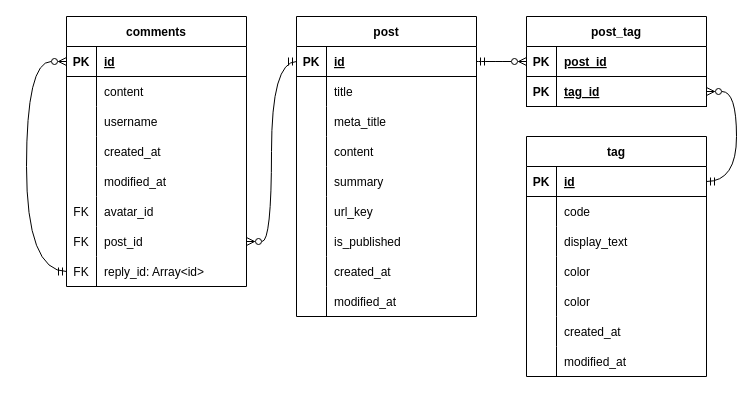
Earlier version of the draw.io diagram blog-app.drawio (Soocyang/blog-app-api). Source tidied: cells renumbered, new cells numbered last; positions are measured from the earlier drawing's top-left corner, leaving out a move shared by most shapes. Both pictures are drawn from the tidied source at 100%, with x=0, y=0 at pixel (26, 16).
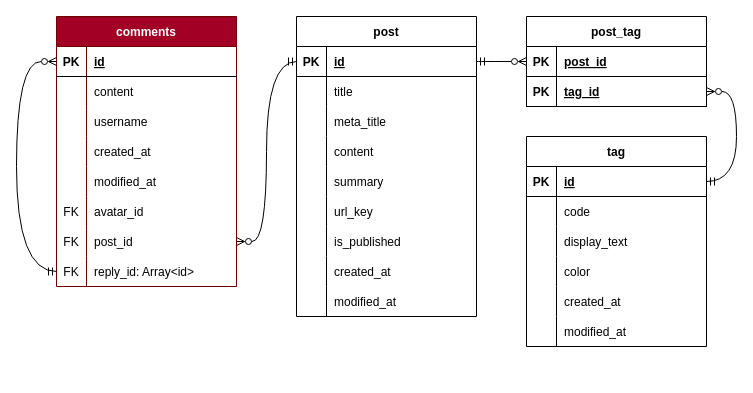
After the change.

Diff of the diagram source:
```diff
@@
-    <mxCell id="31" value="comments" style="shape=table;startSize=30;childLayout=tableLayout;rowLines=0;fontStyle=1;align=center;" parent="1" vertex="1">
-      <mxGeometry x="40" width="180" height="270" as="geometry" />
+    <mxCell id="31" value="comments" style="shape=table;startSize=30;childLayout=tableLayout;rowLines=0;fontStyle=1;align=center;fillColor=#a20025;fontColor=#ffffff;strokeColor=#6F0000;" parent="1" vertex="1">
+      <mxGeometry x="30" width="180" height="270" as="geometry" />
     </mxCell>
@@
     <mxCell id="57" value="tag" style="shape=table;startSize=30;childLayout=tableLayout;rowLines=0;fontStyle=1;align=center;" parent="1" vertex="1">
-      <mxGeometry x="500" y="120" width="180" height="240" as="geometry" />
+      <mxGeometry x="500" y="120" width="180" height="210" as="geometry" />
     </mxCell>
@@
-    <mxCell id="70" style="shape=tableRow;horizontal=0;startSize=0;swimlaneHead=0;swimlaneBody=0;fillColor=none;top=0;left=0;right=0;bottom=0;" parent="57" vertex="1">
-      <mxGeometry y="150" width="180" height="30" as="geometry" />
-    </mxCell>
-    <mxCell id="71" style="shape=partialRectangle;fillColor=none;top=0;left=0;bottom=0;right=0;overflow=hidden;" parent="70" vertex="1">
-      <mxGeometry width="30" height="30" as="geometry" />
-    </mxCell>
-    <mxCell id="72" value="color" style="shape=partialRectangle;fillColor=none;top=0;left=0;bottom=0;right=0;align=left;spacingLeft=6;overflow=hidden;" parent="70" vertex="1">
-      <mxGeometry x="30" width="150" height="30" as="geometry" />
-    </mxCell>
     <mxCell id="73" style="shape=tableRow;horizontal=0;startSize=0;swimlaneHead=0;swimlaneBody=0;fillColor=none;top=0;left=0;right=0;bottom=0;" parent="57" vertex="1">
-      <mxGeometry y="180" width="180" height="30" as="geometry" />
+      <mxGeometry y="150" width="180" height="30" as="geometry" />
     </mxCell>
@@
     <mxCell id="76" style="shape=tableRow;horizontal=0;startSize=0;swimlaneHead=0;swimlaneBody=0;fillColor=none;top=0;left=0;right=0;bottom=0;" parent="57" vertex="1">
-      <mxGeometry y="210" width="180" height="30" as="geometry" />
+      <mxGeometry y="180" width="180" height="30" as="geometry" />
     </mxCell>
```
